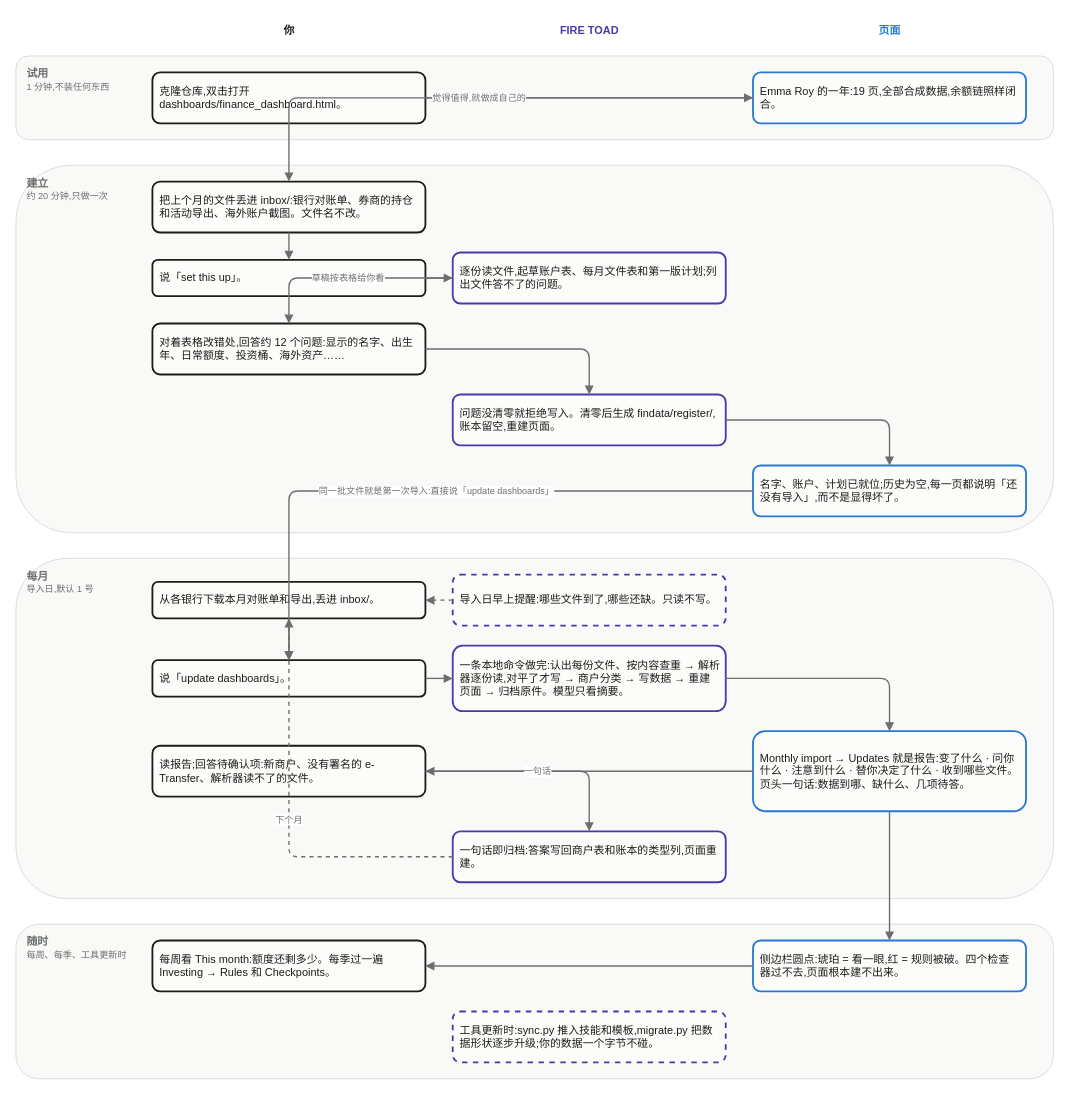
The draw.io diagram docs/zh/product_flow.drawio in LydiaBlllue/firetoad, before the edit. Source tidied: cells renumbered, new cells numbered last; positions are measured from the earlier drawing's top-left corner, leaving out a move shared by most shapes. Both pictures are drawn from the tidied source at 91%, with x=0, y=0 at pixel (15, 15).
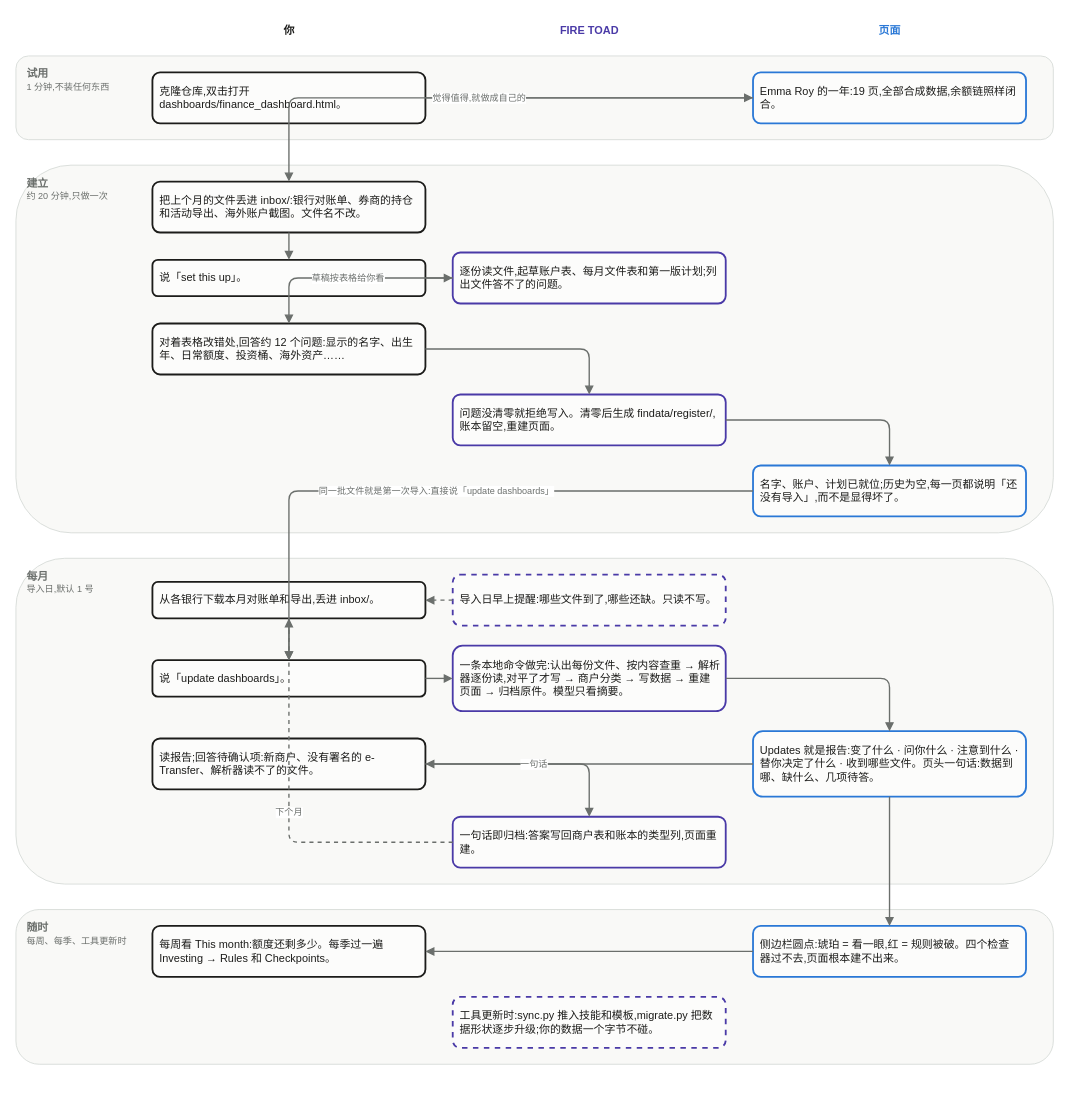
Above is the later version.

What changed in the source:
```diff
@@
     <mxCell id="4" value="&lt;b&gt;每月&lt;/b&gt;&lt;br&gt;&lt;font style='font-size:10px'&gt;导入日,默认 1 号&lt;/font&gt;" style="rounded=1;whiteSpace=wrap;html=1;fillColor=#f9f9f7;strokeColor=#d8dcd9;fontColor=#6b6f6c;align=left;verticalAlign=top;spacingLeft=10;spacingTop=6;fontSize=12;" parent="1" vertex="1">
-      <mxGeometry y="596" width="1140" height="374" as="geometry" />
+      <mxGeometry y="596" width="1140" height="358" as="geometry" />
     </mxCell>
     <mxCell id="5" value="&lt;b&gt;随时&lt;/b&gt;&lt;br&gt;&lt;font style='font-size:10px'&gt;每周、每季、工具更新时&lt;/font&gt;" style="rounded=1;whiteSpace=wrap;html=1;fillColor=#f9f9f7;strokeColor=#d8dcd9;fontColor=#6b6f6c;align=left;verticalAlign=top;spacingLeft=10;spacingTop=6;fontSize=12;" parent="1" vertex="1">
-      <mxGeometry y="998" width="1140" height="170" as="geometry" />
+      <mxGeometry y="982" width="1140" height="170" as="geometry" />
     </mxCell>
@@
-    <mxCell id="21" value="Monthly import → Updates 就是报告:变了什么 · 问你什么 · 注意到什么 · 替你决定了什么 · 收到哪些文件。页头一句话:数据到哪、缺什么、几项待答。" style="rounded=1;whiteSpace=wrap;html=1;fillColor=#fcfcfb;strokeColor=#2a78d6;strokeWidth=2;fontColor=#1c1c1a;fontSize=12;align=left;verticalAlign=middle;spacing=8;" parent="1" vertex="1">
-      <mxGeometry x="810" y="786" width="300" height="88" as="geometry" />
+    <mxCell id="21" value="Updates 就是报告:变了什么 · 问你什么 · 注意到什么 · 替你决定了什么 · 收到哪些文件。页头一句话:数据到哪、缺什么、几项待答。" style="rounded=1;whiteSpace=wrap;html=1;fillColor=#fcfcfb;strokeColor=#2a78d6;strokeWidth=2;fontColor=#1c1c1a;fontSize=12;align=left;verticalAlign=middle;spacing=8;" parent="1" vertex="1">
+      <mxGeometry x="810" y="786" width="300" height="72" as="geometry" />
     </mxCell>
     <mxCell id="22" value="读报告;回答待确认项:新商户、没有署名的 e-Transfer、解析器读不了的文件。" style="rounded=1;whiteSpace=wrap;html=1;fillColor=#fcfcfb;strokeColor=#1c1c1a;strokeWidth=2;fontColor=#1c1c1a;fontSize=12;align=left;verticalAlign=middle;spacing=8;" parent="1" vertex="1">
-      <mxGeometry x="150" y="802" width="300" height="56" as="geometry" />
+      <mxGeometry x="150" y="794" width="300" height="56" as="geometry" />
     </mxCell>
     <mxCell id="23" value="一句话即归档:答案写回商户表和账本的类型列,页面重建。" style="rounded=1;whiteSpace=wrap;html=1;fillColor=#fcfcfb;strokeColor=#4a3aa7;strokeWidth=2;fontColor=#1c1c1a;fontSize=12;align=left;verticalAlign=middle;spacing=8;" parent="1" vertex="1">
-      <mxGeometry x="480" y="896" width="300" height="56" as="geometry" />
+      <mxGeometry x="480" y="880" width="300" height="56" as="geometry" />
     </mxCell>
     <mxCell id="24" value="每周看 This month:额度还剩多少。每季过一遍 Investing → Rules 和 Checkpoints。" style="rounded=1;whiteSpace=wrap;html=1;fillColor=#fcfcfb;strokeColor=#1c1c1a;strokeWidth=2;fontColor=#1c1c1a;fontSize=12;align=left;verticalAlign=middle;spacing=8;" parent="1" vertex="1">
-      <mxGeometry x="150" y="1016" width="300" height="56" as="geometry" />
+      <mxGeometry x="150" y="1000" width="300" height="56" as="geometry" />
     </mxCell>
     <mxCell id="25" value="侧边栏圆点:琥珀 = 看一眼,红 = 规则被破。四个检查器过不去,页面根本建不出来。" style="rounded=1;whiteSpace=wrap;html=1;fillColor=#fcfcfb;strokeColor=#2a78d6;strokeWidth=2;fontColor=#1c1c1a;fontSize=12;align=left;verticalAlign=middle;spacing=8;" parent="1" vertex="1">
-      <mxGeometry x="810" y="1016" width="300" height="56" as="geometry" />
+      <mxGeometry x="810" y="1000" width="300" height="56" as="geometry" />
     </mxCell>
     <mxCell id="26" value="工具更新时:sync.py 推入技能和模板,migrate.py 把数据形状逐步升级;你的数据一个字节不碰。" style="rounded=1;whiteSpace=wrap;html=1;fillColor=#fcfcfb;strokeColor=#4a3aa7;strokeWidth=2;fontColor=#1c1c1a;fontSize=12;align=left;verticalAlign=middle;spacing=8;dashed=1;" parent="1" vertex="1">
-      <mxGeometry x="480" y="1094" width="300" height="56" as="geometry" />
+      <mxGeometry x="480" y="1078" width="300" height="56" as="geometry" />
     </mxCell>
```
